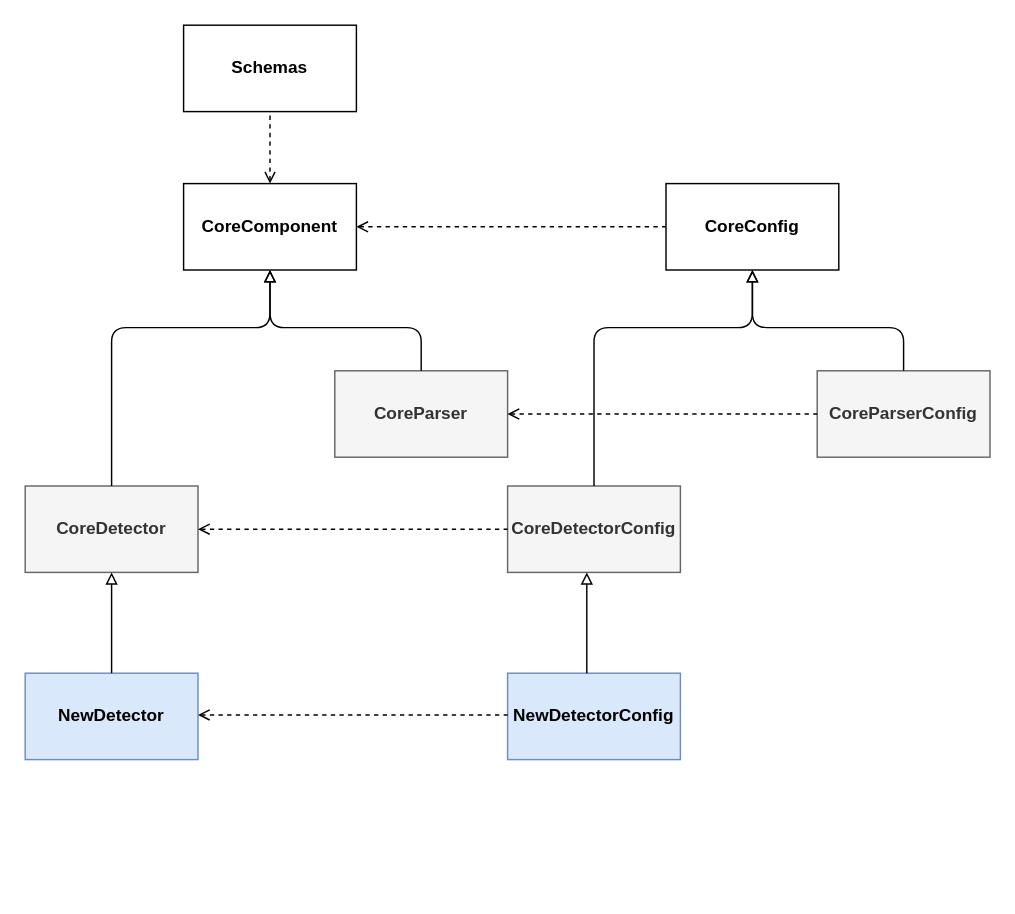
Above: page "structure_uml" (2 of 3) of docs/diagrams.drawio in ait-detectmate/DetectMateLibrary (draw.io), before the change. Source tidied: cells renumbered, new cells numbered last; positions are measured from the earlier drawing's top-left corner, leaving out a move shared by most shapes. Both pictures are drawn from the tidied source at 144%, with x=0, y=0 at pixel (24, 24).
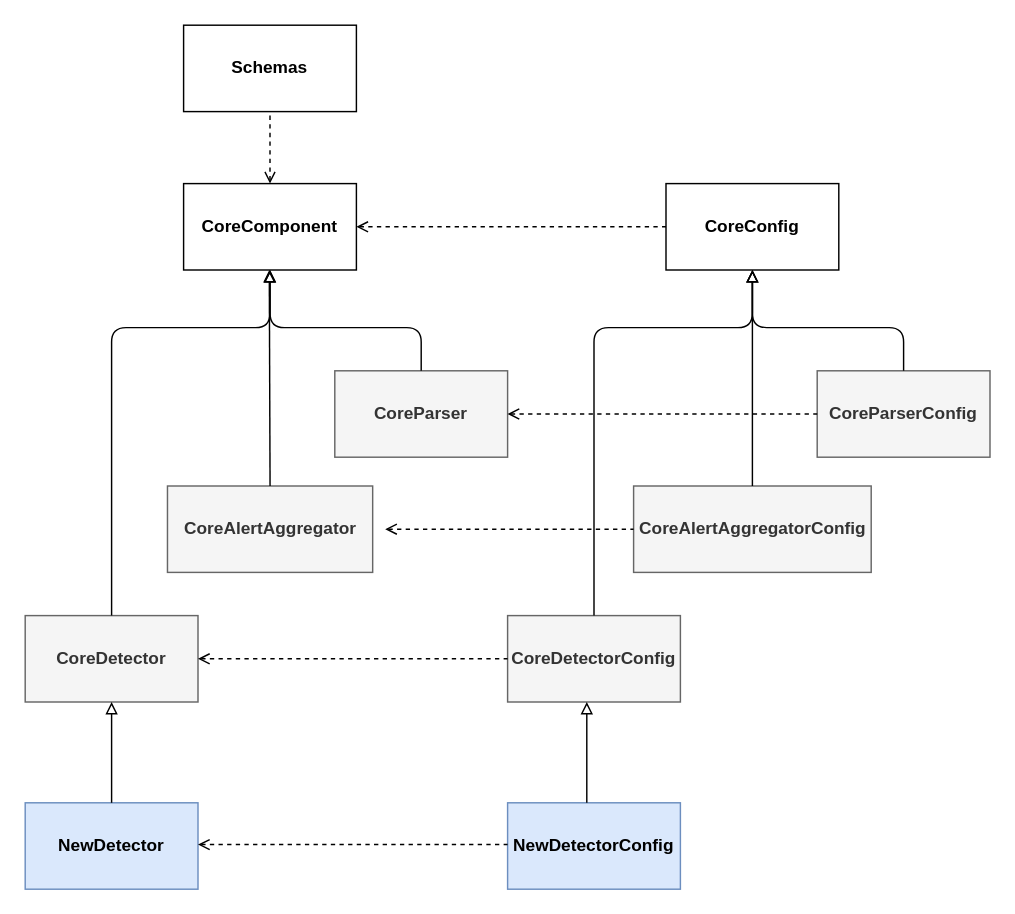
Above is the later version.

The change refers to these unchanged cells:
```xml
<mxCell id="9" value="&lt;b&gt;CoreConfig&lt;/b&gt;" style="rounded=0;whiteSpace=wrap;html=1;" parent="1" vertex="1">
  <mxGeometry x="445" y="110" width="120" height="60" as="geometry" />
</mxCell>
```

Change to the diagram source:
```diff
@@
     <mxCell id="3" value="&lt;b&gt;CoreDetector&lt;/b&gt;" style="rounded=0;whiteSpace=wrap;html=1;fillColor=#f5f5f5;fontColor=#333333;strokeColor=#666666;" parent="1" vertex="1">
-      <mxGeometry y="320" width="120" height="60" as="geometry" />
+      <mxGeometry y="410" width="120" height="60" as="geometry" />
     </mxCell>
@@
     <mxCell id="10" value="&lt;b&gt;CoreDetectorConfig&lt;/b&gt;" style="rounded=0;whiteSpace=wrap;html=1;fillColor=#f5f5f5;fontColor=#333333;strokeColor=#666666;" parent="1" vertex="1">
-      <mxGeometry x="335" y="320" width="120" height="60" as="geometry" />
+      <mxGeometry x="335" y="410" width="120" height="60" as="geometry" />
     </mxCell>
@@
     <mxCell id="17" value="&lt;b&gt;NewDetector&lt;/b&gt;" style="rounded=0;whiteSpace=wrap;html=1;fillColor=#dae8fc;strokeColor=#6c8ebf;" parent="1" vertex="1">
-      <mxGeometry y="450" width="120" height="60" as="geometry" />
+      <mxGeometry y="540" width="120" height="60" as="geometry" />
     </mxCell>
     <mxCell id="18" value="&lt;b&gt;NewDetectorConfig&lt;/b&gt;" style="rounded=0;whiteSpace=wrap;html=1;fillColor=#dae8fc;strokeColor=#6c8ebf;" parent="1" vertex="1">
-      <mxGeometry x="335" y="450" width="120" height="60" as="geometry" />
+      <mxGeometry x="335" y="540" width="120" height="60" as="geometry" />
     </mxCell>
     <mxCell id="19" style="endArrow=none;html=1;entryX=0;entryY=0.5;entryDx=0;entryDy=0;endFill=0;startArrow=open;startFill=0;dashed=1;exitX=1;exitY=0.5;exitDx=0;exitDy=0;" parent="1" edge="1">
       <mxGeometry relative="1" as="geometry">
-        <mxPoint x="120" y="479" as="sourcePoint" />
-        <mxPoint x="335" y="479" as="targetPoint" />
+        <mxPoint x="120" y="569" as="sourcePoint" />
+        <mxPoint x="335" y="569" as="targetPoint" />
       </mxGeometry>
     </mxCell>
@@
     <mxCell id="21" style="endArrow=block;html=1;exitX=0.5;exitY=0;exitDx=0;exitDy=0;entryX=0.5;entryY=1;entryDx=0;entryDy=0;endFill=0;" parent="1" edge="1">
       <mxGeometry relative="1" as="geometry">
-        <mxPoint x="390" y="450" as="sourcePoint" />
-        <mxPoint x="390" y="380" as="targetPoint" />
+        <mxPoint x="390" y="540" as="sourcePoint" />
+        <mxPoint x="390" y="470" as="targetPoint" />
       </mxGeometry>
     </mxCell>
+    <mxCell id="22" value="&lt;b&gt;CoreAlertAggregatorConfig&lt;/b&gt;" style="rounded=0;whiteSpace=wrap;html=1;fillColor=#f5f5f5;fontColor=#333333;strokeColor=#666666;" parent="1" vertex="1">
+      <mxGeometry x="422.5" y="320" width="165" height="60" as="geometry" />
+    </mxCell>
+    <mxCell id="23" value="&lt;b&gt;CoreAlertAggregator&lt;/b&gt;" style="rounded=0;whiteSpace=wrap;html=1;fillColor=#f5f5f5;fontColor=#333333;strokeColor=#666666;" parent="1" vertex="1">
+      <mxGeometry x="98.8" y="320" width="142.5" height="60" as="geometry" />
+    </mxCell>
+    <mxCell id="24" style="endArrow=none;html=1;entryX=0;entryY=0.5;entryDx=0;entryDy=0;endFill=0;startArrow=open;startFill=0;dashed=1;" parent="1" edge="1">
+      <mxGeometry relative="1" as="geometry">
+        <mxPoint x="250" y="350" as="sourcePoint" />
+        <mxPoint x="422.5" y="350" as="targetPoint" />
+      </mxGeometry>
+    </mxCell>
+    <mxCell id="25" style="endArrow=block;html=1;exitX=0.5;exitY=0;exitDx=0;exitDy=0;entryX=0.5;entryY=1;entryDx=0;entryDy=0;endFill=0;" parent="1" edge="1" source="23">
+      <mxGeometry relative="1" as="geometry">
+        <mxPoint x="169.5" y="170" as="targetPoint" />
+      </mxGeometry>
+    </mxCell>
+    <mxCell id="26" style="endArrow=block;html=1;exitX=0.5;exitY=0;exitDx=0;exitDy=0;endFill=0;entryX=0.5;entryY=1;entryDx=0;entryDy=0;" parent="1" edge="1" source="22" target="9">
+      <mxGeometry relative="1" as="geometry" />
+    </mxCell>
```
